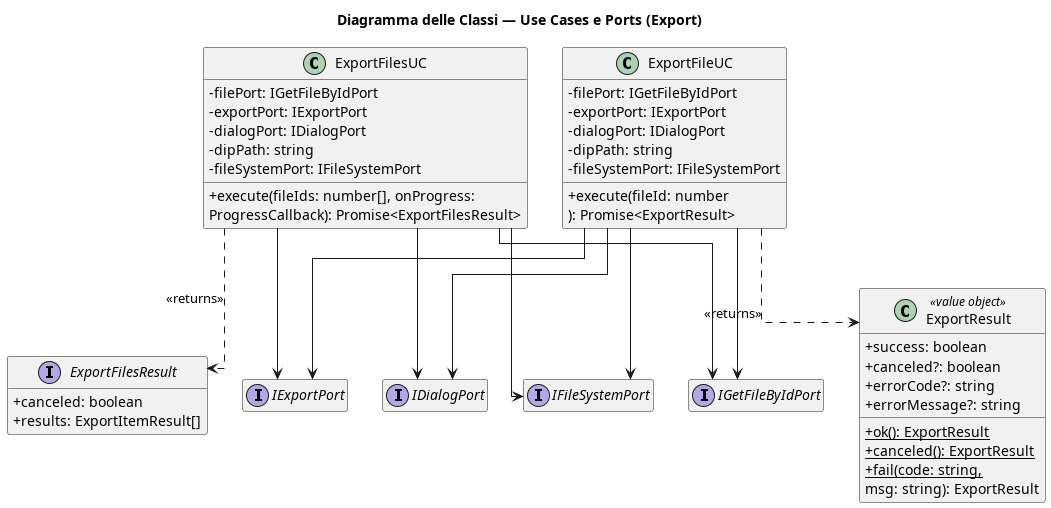
Earlier version of the PlantUML export out/3_PB/DocumentiEsterni/DiagrammiSpecificaTecnica/C4/C4_backend_Export/Export_IPC_Part2_Export.png (7-ZPUs/Docs). Source of this version:
```plantuml
@startuml Export_IPC_Part2_Export
title Diagramma delle Classi — Use Cases e Ports (Export)
skinparam classAttributeIconSize 0
skinparam linetype ortho
hide empty members

class ExportFileUC {
    - filePort: IGetFileByIdPort
    - exportPort: IExportPort
    - dialogPort: IDialogPort
    - dipPath: string
    - fileSystemPort: IFileSystemPort
    + execute(fileId: number
    ): Promise<ExportResult>
}
class ExportFilesUC {
    - filePort: IGetFileByIdPort
    - exportPort: IExportPort
    - dialogPort: IDialogPort
    - dipPath: string
    - fileSystemPort: IFileSystemPort
    + execute(fileIds: number[], onProgress:
    ProgressCallback): Promise<ExportFilesResult>
}

interface IExportPort { }
interface IDialogPort { }
interface IFileSystemPort { }
interface IGetFileByIdPort { }

class ExportResult <<value object>> {
    + success: boolean
    + canceled?: boolean
    + errorCode?: string
    + errorMessage?: string
    + {static} ok(): ExportResult
    + {static} canceled(): ExportResult
    + {static} fail(code: string,
    msg: string): ExportResult
}
interface ExportFilesResult {
    + canceled: boolean
    + results: ExportItemResult[]
}

ExportFileUC  --> IExportPort
ExportFileUC  --> IDialogPort
ExportFilesUC --> IExportPort
ExportFilesUC --> IDialogPort
ExportFileUC  --> IGetFileByIdPort
ExportFilesUC --> IGetFileByIdPort
ExportFileUC  --> IFileSystemPort
ExportFilesUC --> IFileSystemPort

ExportFileUC  ..> ExportResult      : <<returns>>
ExportFilesUC ..> ExportFilesResult : <<returns>>
@enduml
```
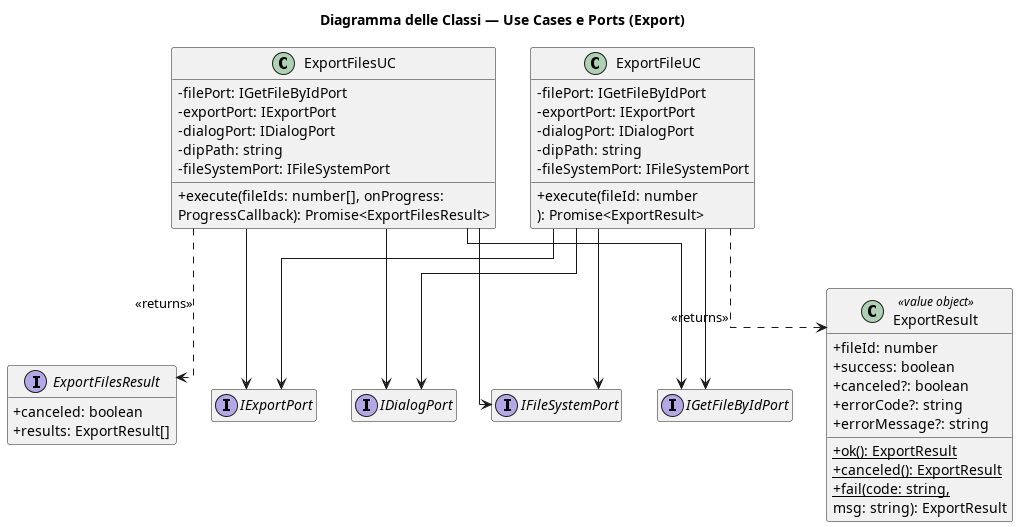
The same diagram one commit later.

The edit, as a diff of the source:
```diff
@@ -29,6 +29,7 @@
 interface IGetFileByIdPort { }
 
 class ExportResult <<value object>> {
+    + fileId: number
     + success: boolean
     + canceled?: boolean
     + errorCode?: string
@@ -40,7 +41,7 @@
 }
 interface ExportFilesResult {
     + canceled: boolean
-    + results: ExportItemResult[]
+    + results: ExportResult[]
 }
 
 ExportFileUC  --> IExportPort
```
